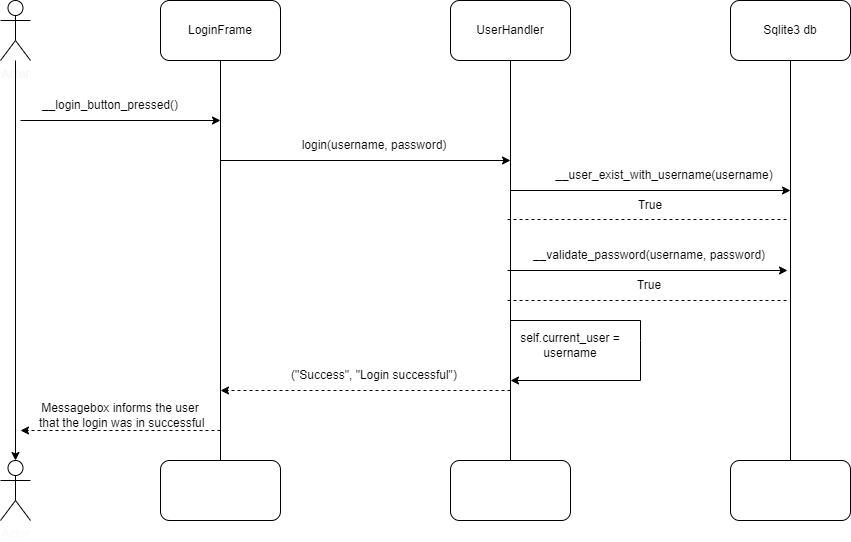
micsoder/ot-harjoitustyo keeps this draw.io diagram as Documentation/pictures/program_architecture.png. Above is the earlier version. Source tidied: cells renumbered, new cells last; positions are measured from the earlier drawing's top-left corner, leaving out a move shared by most shapes. The source it was exported from:
```xml
<mxGraphModel>
  <root>
    <mxCell id="0" />
    <mxCell id="1" parent="0" />
    <mxCell id="2" value="Actor" style="shape=umlActor;verticalLabelPosition=bottom;verticalAlign=top;html=1;outlineConnect=0;fontColor=#f8f7f7;" parent="1" vertex="1">
      <mxGeometry width="30" height="60" as="geometry" />
    </mxCell>
    <mxCell id="3" value="Actor" style="shape=umlActor;verticalLabelPosition=bottom;verticalAlign=top;html=1;outlineConnect=0;fontColor=#fafafa;" parent="1" vertex="1">
      <mxGeometry y="460" width="30" height="60" as="geometry" />
    </mxCell>
    <mxCell id="4" value="LoginFrame" style="rounded=1;whiteSpace=wrap;html=1;" parent="1" vertex="1">
      <mxGeometry x="160" width="120" height="60" as="geometry" />
    </mxCell>
    <mxCell id="5" style="rounded=1;whiteSpace=wrap;html=1;" parent="1" vertex="1">
      <mxGeometry x="160" y="460" width="120" height="60" as="geometry" />
    </mxCell>
    <mxCell id="6" value="Sqlite3 db" style="rounded=1;whiteSpace=wrap;html=1;" parent="1" vertex="1">
      <mxGeometry x="730" width="120" height="60" as="geometry" />
    </mxCell>
    <mxCell id="7" style="rounded=1;whiteSpace=wrap;html=1;" parent="1" vertex="1">
      <mxGeometry x="730" y="460" width="120" height="60" as="geometry" />
    </mxCell>
    <mxCell id="8" style="rounded=1;whiteSpace=wrap;html=1;" parent="1" vertex="1">
      <mxGeometry x="450" y="460" width="120" height="60" as="geometry" />
    </mxCell>
    <mxCell id="9" value="UserHandler" style="rounded=1;whiteSpace=wrap;html=1;" parent="1" vertex="1">
      <mxGeometry x="450" width="120" height="60" as="geometry" />
    </mxCell>
    <mxCell id="10" style="edgeStyle=orthogonalEdgeStyle;rounded=0;jettySize=auto;html=1;entryX=0.5;entryY=0;entryDx=0;entryDy=0;entryPerimeter=0;" parent="1" edge="1" source="2" target="3">
      <mxGeometry relative="1" as="geometry" />
    </mxCell>
    <mxCell id="11" style="endArrow=none;html=1;rounded=0;entryX=0.5;entryY=1;entryDx=0;entryDy=0;exitX=0.5;exitY=0;exitDx=0;exitDy=0;" parent="1" edge="1" source="5" target="4">
      <mxGeometry relative="1" as="geometry" />
    </mxCell>
    <mxCell id="12" style="endArrow=classic;html=1;rounded=0;" parent="1" edge="1">
      <mxGeometry relative="1" as="geometry">
        <mxPoint x="20" y="120" as="sourcePoint" />
        <mxPoint x="220" y="120" as="targetPoint" />
      </mxGeometry>
    </mxCell>
    <mxCell id="13" value="login(username, password)" style="text;html=1;strokeColor=none;fillColor=none;align=center;verticalAlign=middle;whiteSpace=wrap;rounded=0;" parent="1" vertex="1">
      <mxGeometry x="264" y="130" width="220" height="30" as="geometry" />
    </mxCell>
    <mxCell id="14" value="__login_button_pressed()" style="text;html=1;strokeColor=none;fillColor=none;align=center;verticalAlign=middle;whiteSpace=wrap;rounded=0;" parent="1" vertex="1">
      <mxGeometry y="90" width="220" height="30" as="geometry" />
    </mxCell>
    <mxCell id="15" style="endArrow=none;html=1;rounded=0;entryX=0.5;entryY=1;entryDx=0;entryDy=0;exitX=0.5;exitY=0;exitDx=0;exitDy=0;" parent="1" edge="1" source="8" target="9">
      <mxGeometry relative="1" as="geometry" />
    </mxCell>
    <mxCell id="16" style="endArrow=classic;html=1;rounded=0;" parent="1" edge="1">
      <mxGeometry relative="1" as="geometry">
        <mxPoint x="220" y="160" as="sourcePoint" />
        <mxPoint x="510" y="160" as="targetPoint" />
      </mxGeometry>
    </mxCell>
    <mxCell id="17" style="endArrow=none;html=1;rounded=0;entryX=0.5;entryY=1;entryDx=0;entryDy=0;exitX=0.5;exitY=0;exitDx=0;exitDy=0;" parent="1" edge="1" source="7" target="6">
      <mxGeometry relative="1" as="geometry" />
    </mxCell>
    <mxCell id="18" value="__user_exist_with_username(username)" style="text;html=1;strokeColor=none;fillColor=none;align=center;verticalAlign=middle;whiteSpace=wrap;rounded=0;" parent="1" vertex="1">
      <mxGeometry x="554" y="160" width="220" height="30" as="geometry" />
    </mxCell>
    <mxCell id="19" style="endArrow=classic;html=1;rounded=0;" parent="1" edge="1">
      <mxGeometry relative="1" as="geometry">
        <mxPoint x="510" y="190" as="sourcePoint" />
        <mxPoint x="790" y="190" as="targetPoint" />
      </mxGeometry>
    </mxCell>
    <mxCell id="20" style="endArrow=none;dashed=1;html=1;rounded=0;" parent="1" edge="1">
      <mxGeometry relative="1" as="geometry">
        <mxPoint x="507" y="300" as="sourcePoint" />
        <mxPoint x="787" y="300" as="targetPoint" />
      </mxGeometry>
    </mxCell>
    <mxCell id="21" value="True" style="text;html=1;strokeColor=none;fillColor=none;align=center;verticalAlign=middle;whiteSpace=wrap;rounded=0;" parent="1" vertex="1">
      <mxGeometry x="620" y="190" width="60" height="30" as="geometry" />
    </mxCell>
    <mxCell id="22" value="__validate_password(username, password)" style="text;html=1;strokeColor=none;fillColor=none;align=center;verticalAlign=middle;whiteSpace=wrap;rounded=0;" parent="1" vertex="1">
      <mxGeometry x="524" y="240" width="250" height="30" as="geometry" />
    </mxCell>
    <mxCell id="23" value="True" style="text;html=1;strokeColor=none;fillColor=none;align=center;verticalAlign=middle;whiteSpace=wrap;rounded=0;" parent="1" vertex="1">
      <mxGeometry x="619" y="270" width="60" height="30" as="geometry" />
    </mxCell>
    <mxCell id="24" style="endArrow=classic;html=1;rounded=0;" parent="1" edge="1">
      <mxGeometry relative="1" as="geometry">
        <mxPoint x="507" y="270" as="sourcePoint" />
        <mxPoint x="787" y="270" as="targetPoint" />
      </mxGeometry>
    </mxCell>
    <mxCell id="25" style="endArrow=none;dashed=1;html=1;rounded=0;" parent="1" edge="1">
      <mxGeometry relative="1" as="geometry">
        <mxPoint x="507" y="219" as="sourcePoint" />
        <mxPoint x="787" y="219" as="targetPoint" />
      </mxGeometry>
    </mxCell>
    <mxCell id="26" style="endArrow=classic;html=1;rounded=0;" parent="1" edge="1">
      <mxGeometry relative="1" as="geometry">
        <mxPoint x="510" y="320" as="sourcePoint" />
        <mxPoint x="510" y="380" as="targetPoint" />
        <Array as="points">
          <mxPoint x="640" y="320" />
          <mxPoint x="640" y="340" />
          <mxPoint x="640" y="380" />
        </Array>
      </mxGeometry>
    </mxCell>
    <mxCell id="27" value="self.current_user = username" style="text;html=1;strokeColor=none;fillColor=none;align=center;verticalAlign=middle;whiteSpace=wrap;rounded=0;" parent="1" vertex="1">
      <mxGeometry x="510" y="330" width="120" height="30" as="geometry" />
    </mxCell>
    <mxCell id="28" style="endArrow=classic;html=1;rounded=0;dashed=1;" parent="1" edge="1">
      <mxGeometry relative="1" as="geometry">
        <mxPoint x="510" y="390" as="sourcePoint" />
        <mxPoint x="220" y="390" as="targetPoint" />
      </mxGeometry>
    </mxCell>
    <mxCell id="29" value="(&quot;Success&quot;, &quot;Login successful&quot;)" style="text;html=1;strokeColor=none;fillColor=none;align=center;verticalAlign=middle;whiteSpace=wrap;rounded=0;" parent="1" vertex="1">
      <mxGeometry x="264" y="360" width="220" height="30" as="geometry" />
    </mxCell>
    <mxCell id="30" style="endArrow=classic;html=1;rounded=0;dashed=1;" parent="1" edge="1">
      <mxGeometry relative="1" as="geometry">
        <mxPoint x="220" y="430" as="sourcePoint" />
        <mxPoint x="20" y="430" as="targetPoint" />
      </mxGeometry>
    </mxCell>
    <mxCell id="31" value="Messagebox informs the user&lt;br&gt;&amp;nbsp;that the login was in successful" style="text;html=1;strokeColor=none;fillColor=none;align=center;verticalAlign=middle;whiteSpace=wrap;rounded=0;" parent="1" vertex="1">
      <mxGeometry x="10" y="400" width="220" height="30" as="geometry" />
    </mxCell>
  </root>
</mxGraphModel>
```
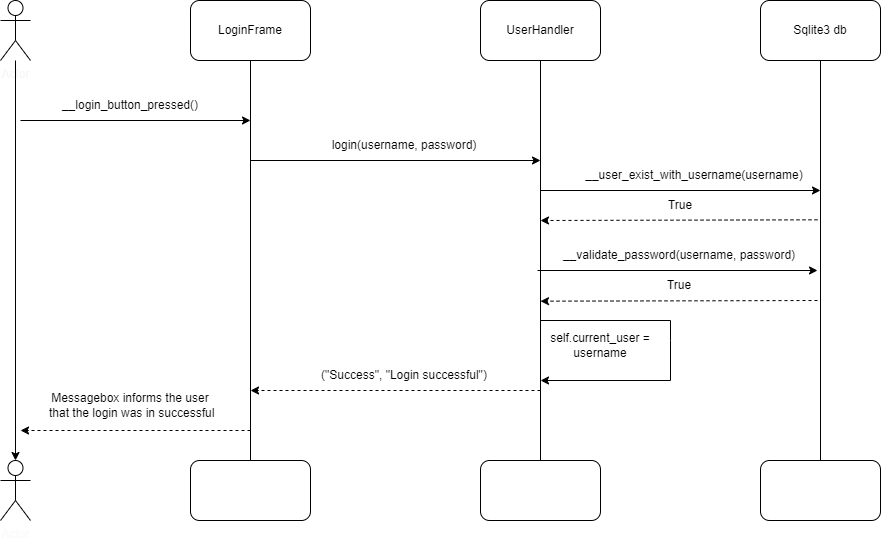
The same file after the commit.

The edit, as a diff of the source:
```diff
@@ -3,10 +3,10 @@
     <mxCell id="0" />
     <mxCell id="1" parent="0" />
     <mxCell id="2" value="Actor" style="shape=umlActor;verticalLabelPosition=bottom;verticalAlign=top;html=1;outlineConnect=0;fontColor=#f8f7f7;" parent="1" vertex="1">
-      <mxGeometry width="30" height="60" as="geometry" />
+      <mxGeometry x="-30" width="30" height="60" as="geometry" />
     </mxCell>
     <mxCell id="3" value="Actor" style="shape=umlActor;verticalLabelPosition=bottom;verticalAlign=top;html=1;outlineConnect=0;fontColor=#fafafa;" parent="1" vertex="1">
-      <mxGeometry y="460" width="30" height="60" as="geometry" />
+      <mxGeometry x="-30" y="460" width="30" height="60" as="geometry" />
     </mxCell>
     <mxCell id="4" value="LoginFrame" style="rounded=1;whiteSpace=wrap;html=1;" parent="1" vertex="1">
       <mxGeometry x="160" width="120" height="60" as="geometry" />
@@ -34,7 +34,7 @@
     </mxCell>
     <mxCell id="12" style="endArrow=classic;html=1;rounded=0;" parent="1" edge="1">
       <mxGeometry relative="1" as="geometry">
-        <mxPoint x="20" y="120" as="sourcePoint" />
+        <mxPoint x="-10" y="120" as="sourcePoint" />
         <mxPoint x="220" y="120" as="targetPoint" />
       </mxGeometry>
     </mxCell>
@@ -42,7 +42,7 @@
       <mxGeometry x="264" y="130" width="220" height="30" as="geometry" />
     </mxCell>
     <mxCell id="14" value="__login_button_pressed()" style="text;html=1;strokeColor=none;fillColor=none;align=center;verticalAlign=middle;whiteSpace=wrap;rounded=0;" parent="1" vertex="1">
-      <mxGeometry y="90" width="220" height="30" as="geometry" />
+      <mxGeometry x="-10" y="90" width="220" height="30" as="geometry" />
     </mxCell>
     <mxCell id="15" style="endArrow=none;html=1;rounded=0;entryX=0.5;entryY=1;entryDx=0;entryDy=0;exitX=0.5;exitY=0;exitDx=0;exitDy=0;" parent="1" edge="1" source="8" target="9">
       <mxGeometry relative="1" as="geometry" />
@@ -65,12 +65,6 @@
         <mxPoint x="790" y="190" as="targetPoint" />
       </mxGeometry>
     </mxCell>
-    <mxCell id="20" style="endArrow=none;dashed=1;html=1;rounded=0;" parent="1" edge="1">
-      <mxGeometry relative="1" as="geometry">
-        <mxPoint x="507" y="300" as="sourcePoint" />
-        <mxPoint x="787" y="300" as="targetPoint" />
-      </mxGeometry>
-    </mxCell>
     <mxCell id="21" value="True" style="text;html=1;strokeColor=none;fillColor=none;align=center;verticalAlign=middle;whiteSpace=wrap;rounded=0;" parent="1" vertex="1">
       <mxGeometry x="620" y="190" width="60" height="30" as="geometry" />
     </mxCell>
@@ -86,12 +80,6 @@
         <mxPoint x="787" y="270" as="targetPoint" />
       </mxGeometry>
     </mxCell>
-    <mxCell id="25" style="endArrow=none;dashed=1;html=1;rounded=0;" parent="1" edge="1">
-      <mxGeometry relative="1" as="geometry">
-        <mxPoint x="507" y="219" as="sourcePoint" />
-        <mxPoint x="787" y="219" as="targetPoint" />
-      </mxGeometry>
-    </mxCell>
     <mxCell id="26" style="endArrow=classic;html=1;rounded=0;" parent="1" edge="1">
       <mxGeometry relative="1" as="geometry">
         <mxPoint x="510" y="320" as="sourcePoint" />
@@ -118,11 +106,23 @@
     <mxCell id="30" style="endArrow=classic;html=1;rounded=0;dashed=1;" parent="1" edge="1">
       <mxGeometry relative="1" as="geometry">
         <mxPoint x="220" y="430" as="sourcePoint" />
-        <mxPoint x="20" y="430" as="targetPoint" />
+        <mxPoint x="-10" y="430" as="targetPoint" />
       </mxGeometry>
     </mxCell>
     <mxCell id="31" value="Messagebox informs the user&lt;br&gt;&amp;nbsp;that the login was in successful" style="text;html=1;strokeColor=none;fillColor=none;align=center;verticalAlign=middle;whiteSpace=wrap;rounded=0;" parent="1" vertex="1">
-      <mxGeometry x="10" y="400" width="220" height="30" as="geometry" />
+      <mxGeometry x="-10" y="390" width="220" height="30" as="geometry" />
     </mxCell>
+    <mxCell id="32" style="endArrow=classic;html=1;rounded=0;dashed=1;" parent="1" edge="1">
+      <mxGeometry relative="1" as="geometry">
+        <mxPoint x="787" y="219.3" as="sourcePoint" />
+        <mxPoint x="510" y="220" as="targetPoint" />
+      </mxGeometry>
+    </mxCell>
+    <mxCell id="33" style="endArrow=classic;html=1;rounded=0;dashed=1;" parent="1" edge="1">
+      <mxGeometry relative="1" as="geometry">
+        <mxPoint x="787" y="300" as="sourcePoint" />
+        <mxPoint x="510" y="300.7" as="targetPoint" />
+      </mxGeometry>
+    </mxCell>
   </root>
 </mxGraphModel>
```
